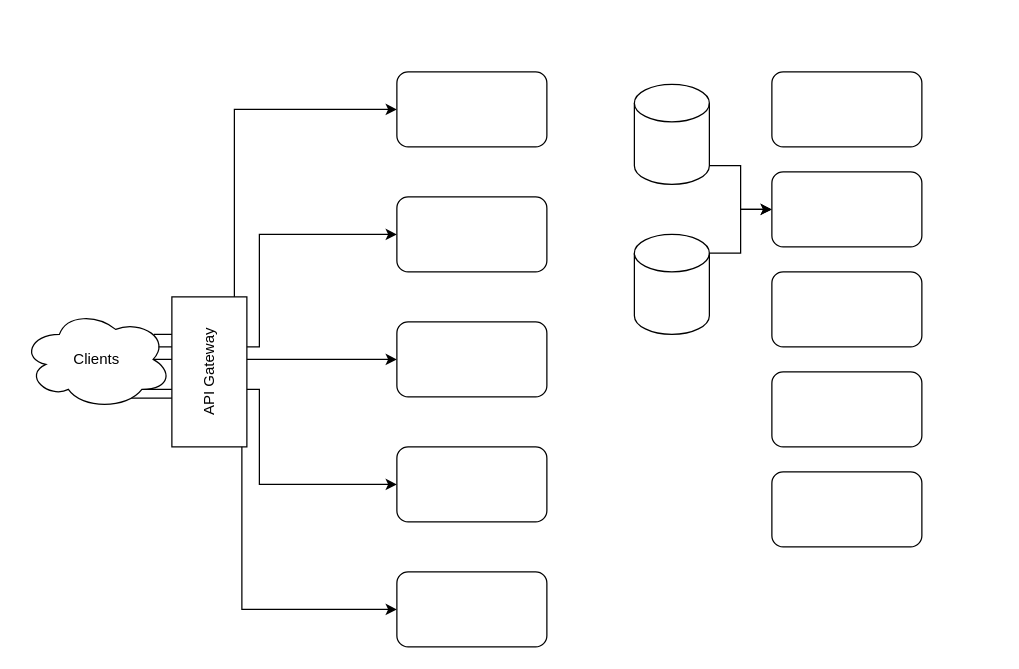
This is diseño de arquitectura.drawio from Josue-Echeverria/ProyectoDiseno, a draw.io file, before an edit. Source tidied: cells renumbered, new cells numbered last; positions are measured from the earlier drawing's top-left corner, leaving out a move shared by most shapes. Both pictures are drawn from the tidied source at 125%, with x=0, y=0 at pixel (21, 71).
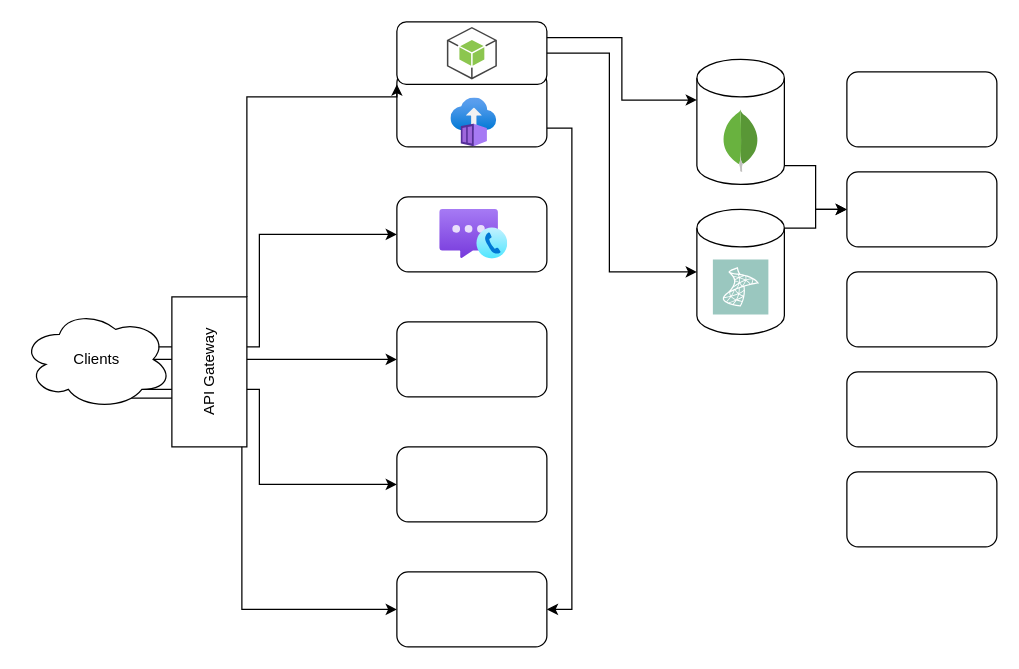
The same diagram, later.

The change refers to these unchanged cells:
```xml
<mxCell id="7" value="Clients" style="ellipse;shape=cloud;whiteSpace=wrap;html=1;" parent="1" vertex="1">
  <mxGeometry y="190" width="120" height="80" as="geometry" />
</mxCell>
<mxCell id="12" style="rounded=1;whiteSpace=wrap;html=1;" parent="1" vertex="1">
  <mxGeometry x="300" y="400" width="120" height="60" as="geometry" />
</mxCell>
<mxCell id="22" value="API Gateway" style="rounded=0;whiteSpace=wrap;html=1;rotation=-90;" parent="1" vertex="1">
  <mxGeometry x="90" y="210" width="120" height="60" as="geometry" />
</mxCell>
```

Change to the diagram source:
```diff
@@
-    <mxCell id="2" style="edgeStyle=orthogonalEdgeStyle;rounded=0;jettySize=auto;html=1;exitX=0.88;exitY=0.25;exitDx=0;exitDy=0;exitPerimeter=0;entryX=0;entryY=0.5;entryDx=0;entryDy=0;" parent="1" edge="1" source="7" target="8">
-      <mxGeometry relative="1" as="geometry">
-        <Array as="points">
-          <mxPoint x="170" y="210" />
-          <mxPoint x="170" y="30" />
-        </Array>
-      </mxGeometry>
-    </mxCell>
+    <mxCell id="23" style="edgeStyle=orthogonalEdgeStyle;rounded=0;jettySize=auto;html=1;exitX=1;exitY=0.75;exitDx=0;exitDy=0;entryX=1;entryY=0.5;entryDx=0;entryDy=0;" parent="1" edge="1" source="24" target="12">
+      <mxGeometry relative="1" as="geometry" />
+    </mxCell>
+    <mxCell id="24" style="rounded=1;whiteSpace=wrap;html=1;" parent="1" vertex="1">
+      <mxGeometry x="300" width="120" height="60" as="geometry" />
+    </mxCell>
@@
     <mxCell id="8" style="rounded=1;whiteSpace=wrap;html=1;" parent="1" vertex="1">
-      <mxGeometry x="300" width="120" height="60" as="geometry" />
+      <mxGeometry x="300" y="-40" width="120" height="50" as="geometry" />
     </mxCell>
@@
     <mxCell id="14" style="shape=cylinder3;whiteSpace=wrap;html=1;boundedLbl=1;backgroundOutline=1;size=15;" parent="1" vertex="1">
-      <mxGeometry x="490" y="130" width="60" height="80" as="geometry" />
+      <mxGeometry x="540" y="110" width="70" height="100" as="geometry" />
     </mxCell>
@@
     <mxCell id="16" style="shape=cylinder3;whiteSpace=wrap;html=1;boundedLbl=1;backgroundOutline=1;size=15;" parent="1" vertex="1">
-      <mxGeometry x="490" y="10" width="60" height="80" as="geometry" />
+      <mxGeometry x="540" y="-10" width="70" height="100" as="geometry" />
     </mxCell>
     <mxCell id="17" style="rounded=1;whiteSpace=wrap;html=1;" parent="1" vertex="1">
-      <mxGeometry x="600" width="120" height="60" as="geometry" />
+      <mxGeometry x="660" width="120" height="60" as="geometry" />
     </mxCell>
     <mxCell id="18" style="rounded=1;whiteSpace=wrap;html=1;" parent="1" vertex="1">
-      <mxGeometry x="600" y="80" width="120" height="60" as="geometry" />
+      <mxGeometry x="660" y="80" width="120" height="60" as="geometry" />
     </mxCell>
     <mxCell id="19" style="rounded=1;whiteSpace=wrap;html=1;" parent="1" vertex="1">
-      <mxGeometry x="600" y="160" width="120" height="60" as="geometry" />
+      <mxGeometry x="660" y="160" width="120" height="60" as="geometry" />
     </mxCell>
     <mxCell id="20" style="rounded=1;whiteSpace=wrap;html=1;" parent="1" vertex="1">
-      <mxGeometry x="600" y="240" width="120" height="60" as="geometry" />
+      <mxGeometry x="660" y="240" width="120" height="60" as="geometry" />
     </mxCell>
     <mxCell id="21" style="rounded=1;whiteSpace=wrap;html=1;" parent="1" vertex="1">
-      <mxGeometry x="600" y="320" width="120" height="60" as="geometry" />
+      <mxGeometry x="660" y="320" width="120" height="60" as="geometry" />
     </mxCell>
+    <mxCell id="25" style="edgeStyle=orthogonalEdgeStyle;rounded=0;jettySize=auto;html=1;exitX=1;exitY=1;exitDx=0;exitDy=0;entryX=0;entryY=1;entryDx=0;entryDy=0;" parent="1" edge="1" source="22" target="8">
+      <mxGeometry relative="1" as="geometry">
+        <Array as="points">
+          <mxPoint x="180" y="20" />
+        </Array>
+      </mxGeometry>
+    </mxCell>
@@
+    <mxCell id="26" style="dashed=0;verticalLabelPosition=bottom;verticalAlign=top;align=center;html=1;shape=mxgraph.aws3.android;fillColor=#8CC64F;gradientColor=none;strokeColor=default;fontFamily=Helvetica;fontSize=12;fontColor=default;fontStyle=1;" parent="1" vertex="1">
+      <mxGeometry x="340" y="-36" width="40" height="42" as="geometry" />
+    </mxCell>
+    <mxCell id="27" style="image;html=1;align=center;fontSize=12;image=img/lib/azure2/compute/Container_Instances.svg;strokeColor=default;verticalAlign=middle;fontFamily=Helvetica;fontColor=default;fontStyle=1;fillColor=default;" parent="1" vertex="1">
+      <mxGeometry x="343.3" y="21" width="36.7" height="39" as="geometry" />
+    </mxCell>
+    <mxCell id="28" style="dashed=0;html=1;align=center;labelPosition=center;verticalLabelPosition=bottom;verticalAlign=top;shape=mxgraph.weblogos.mongodb;" parent="1" vertex="1">
+      <mxGeometry x="560.4" y="30" width="29.2" height="50" as="geometry" />
+    </mxCell>
+    <mxCell id="29" style="sketch=0;shadow=0;dashed=0;html=1;strokeColor=none;fillColor=#9AC7BF;labelPosition=center;verticalLabelPosition=bottom;verticalAlign=top;align=center;shape=mxgraph.veeam2.microsoft_sql;" parent="1" vertex="1">
+      <mxGeometry x="552.8" y="150" width="44.4" height="44" as="geometry" />
+    </mxCell>
+    <mxCell id="30" style="edgeStyle=orthogonalEdgeStyle;rounded=0;jettySize=auto;html=1;exitX=1;exitY=0.25;exitDx=0;exitDy=0;entryX=0;entryY=0;entryDx=0;entryDy=32.5;entryPerimeter=0;" parent="1" edge="1" source="8" target="16">
+      <mxGeometry relative="1" as="geometry" />
+    </mxCell>
+    <mxCell id="31" style="edgeStyle=orthogonalEdgeStyle;rounded=0;jettySize=auto;html=1;exitX=1;exitY=0.5;exitDx=0;exitDy=0;entryX=0;entryY=0.5;entryDx=0;entryDy=0;entryPerimeter=0;" parent="1" edge="1" source="8" target="14">
+      <mxGeometry relative="1" as="geometry">
+        <Array as="points">
+          <mxPoint x="470" y="-15" />
+          <mxPoint x="470" y="160" />
+        </Array>
+      </mxGeometry>
+    </mxCell>
+    <mxCell id="32" style="image;html=1;align=center;fontSize=12;image=img/lib/azure2/other/Azure_Communication_Services.svg;" parent="1" vertex="1">
+      <mxGeometry x="334.4" y="110" width="54.4" height="40" as="geometry" />
+    </mxCell>
```
